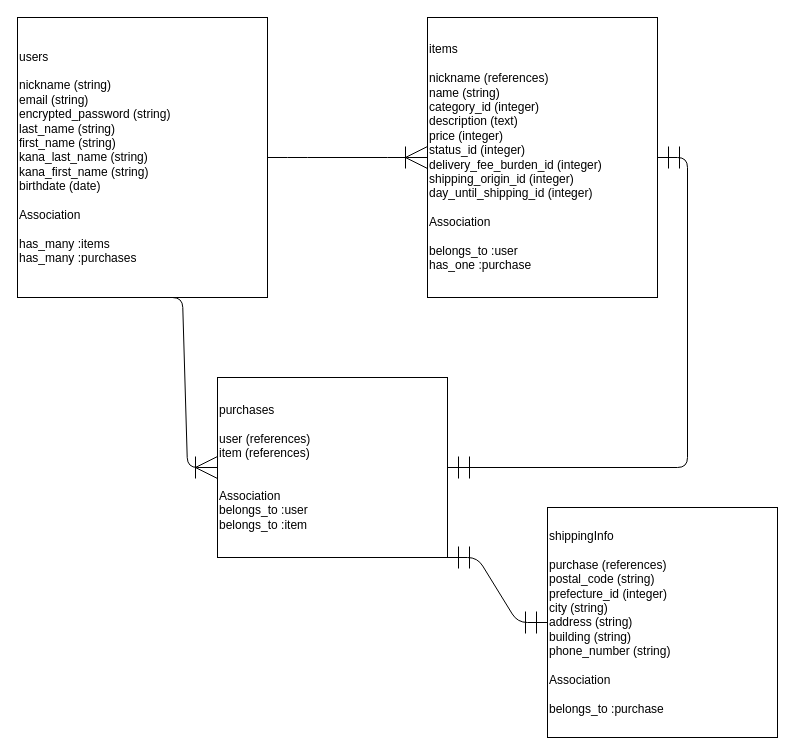
Before: FURIMA.dio in MIYATA-TAKASHI/furima-39692, a draw.io diagram. Source tidied: cells renumbered, new cells numbered last; positions are measured from the earlier drawing's top-left corner, leaving out a move shared by most shapes. Both pictures are drawn from the tidied source at 100%, with x=0, y=0 at pixel (17, 17).
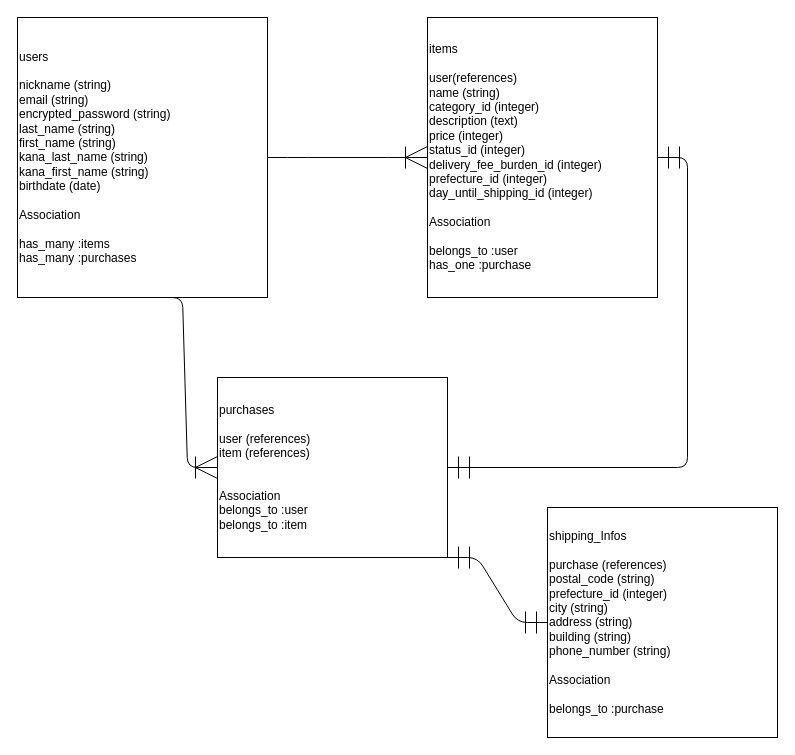
Above is the later version.

What changed in the source:
```diff
@@
 <mxGraphModel>
   <root>
     <mxCell id="0" />
     <mxCell id="1" parent="0" />
     <mxCell id="2" value="&lt;div&gt;users&lt;/div&gt;&lt;div&gt;&lt;br&gt;&lt;/div&gt;&lt;div&gt;nickname (string)&lt;/div&gt;&lt;div&gt;email (string)&lt;/div&gt;&lt;div&gt;encrypted_password (string)&lt;/div&gt;&lt;div&gt;last_name (string)&lt;/div&gt;&lt;div&gt;first_name (string)&lt;/div&gt;&lt;div&gt;kana_last_name (string)&lt;/div&gt;&lt;div&gt;kana_first_name (string)&lt;/div&gt;&lt;div&gt;birthdate (date)&lt;/div&gt;&lt;div&gt;&lt;div&gt;&lt;br&gt;&lt;/div&gt;&lt;div&gt;Association&lt;/div&gt;&lt;div&gt;&lt;span style=&quot;background-color: initial;&quot;&gt;&lt;br&gt;&lt;/span&gt;&lt;/div&gt;&lt;div&gt;&lt;span style=&quot;background-color: initial;&quot;&gt;has_many :items&lt;/span&gt;&lt;br&gt;&lt;/div&gt;&lt;div&gt;has_many :purchases&lt;/div&gt;&lt;/div&gt;" style="rounded=0;whiteSpace=wrap;html=1;align=left;" parent="1" vertex="1">
       <mxGeometry width="250" height="280" as="geometry" />
     </mxCell>
-    <mxCell id="3" value="&lt;div&gt;items&lt;/div&gt;&lt;div&gt;&lt;br&gt;&lt;/div&gt;&lt;div&gt;nickname (references)&lt;/div&gt;&lt;div&gt;name (string)&lt;/div&gt;&lt;div&gt;category_id (integer)&lt;/div&gt;&lt;div&gt;description (text)&lt;/div&gt;&lt;div&gt;price (integer)&lt;/div&gt;&lt;div&gt;status_id (integer)&lt;/div&gt;&lt;div&gt;delivery_fee_burden_id (integer)&lt;/div&gt;&lt;div&gt;shipping_origin_id (integer)&lt;/div&gt;&lt;div&gt;day_until_shipping_id (integer)&lt;/div&gt;&lt;div&gt;&lt;br&gt;&lt;/div&gt;&lt;div&gt;Association&lt;/div&gt;&lt;div&gt;&lt;span style=&quot;background-color: initial;&quot;&gt;&lt;br&gt;&lt;/span&gt;&lt;/div&gt;&lt;div&gt;&lt;span style=&quot;background-color: initial;&quot;&gt;belongs_to :user&lt;/span&gt;&lt;br&gt;&lt;/div&gt;&lt;div&gt;has_one :purchase&lt;/div&gt;" style="rounded=0;whiteSpace=wrap;html=1;align=left;" parent="1" vertex="1">
+    <mxCell id="3" value="&lt;div&gt;items&lt;/div&gt;&lt;div&gt;&lt;br&gt;&lt;/div&gt;&lt;div&gt;user(references)&lt;/div&gt;&lt;div&gt;name (string)&lt;/div&gt;&lt;div&gt;category_id (integer)&lt;/div&gt;&lt;div&gt;description (text)&lt;/div&gt;&lt;div&gt;price (integer)&lt;/div&gt;&lt;div&gt;status_id (integer)&lt;/div&gt;&lt;div&gt;delivery_fee_burden_id (integer)&lt;/div&gt;&lt;div&gt;prefecture_id (integer)&lt;/div&gt;&lt;div&gt;day_until_shipping_id (integer)&lt;/div&gt;&lt;div&gt;&lt;br&gt;&lt;/div&gt;&lt;div&gt;Association&lt;/div&gt;&lt;div&gt;&lt;span style=&quot;background-color: initial;&quot;&gt;&lt;br&gt;&lt;/span&gt;&lt;/div&gt;&lt;div&gt;&lt;span style=&quot;background-color: initial;&quot;&gt;belongs_to :user&lt;/span&gt;&lt;br&gt;&lt;/div&gt;&lt;div&gt;has_one :purchase&lt;/div&gt;" style="rounded=0;whiteSpace=wrap;html=1;align=left;" parent="1" vertex="1">
       <mxGeometry x="410" width="230" height="280" as="geometry" />
     </mxCell>
     <mxCell id="4" value="&lt;div&gt;purchases&lt;/div&gt;&lt;div&gt;&lt;br&gt;&lt;/div&gt;&lt;div&gt;user (references)&lt;/div&gt;&lt;div&gt;item (references)&lt;/div&gt;&lt;div&gt;&lt;br&gt;&lt;/div&gt;&lt;div&gt;&lt;span style=&quot;background-color: initial;&quot;&gt;&lt;br&gt;&lt;/span&gt;&lt;/div&gt;&lt;div&gt;&lt;span style=&quot;background-color: initial;&quot;&gt;Association&lt;/span&gt;&lt;br&gt;&lt;/div&gt;&lt;div&gt;&lt;span style=&quot;background-color: initial;&quot;&gt;belongs_to :user&lt;/span&gt;&lt;br&gt;&lt;/div&gt;&lt;div&gt;belongs_to :item&lt;/div&gt;" style="rounded=0;whiteSpace=wrap;html=1;align=left;" parent="1" vertex="1">
       <mxGeometry x="200" y="360" width="230" height="180" as="geometry" />
     </mxCell>
-    <mxCell id="5" value="&lt;div&gt;shippingInfo&lt;/div&gt;&lt;div&gt;&lt;br&gt;&lt;/div&gt;&lt;div&gt;purchase (references)&lt;/div&gt;&lt;div&gt;postal_code (string)&lt;/div&gt;&lt;div&gt;prefecture_id (integer)&lt;/div&gt;&lt;div&gt;city (string)&lt;/div&gt;&lt;div&gt;address (string)&lt;/div&gt;&lt;div&gt;building (string)&lt;/div&gt;&lt;div&gt;phone_number (string)&lt;/div&gt;&lt;div&gt;&lt;br&gt;&lt;/div&gt;&lt;div&gt;Association&lt;/div&gt;&lt;div&gt;&lt;span style=&quot;background-color: initial;&quot;&gt;&lt;br&gt;&lt;/span&gt;&lt;/div&gt;&lt;div&gt;&lt;span style=&quot;background-color: initial;&quot;&gt;belongs_to :purchase&lt;/span&gt;&lt;br&gt;&lt;/div&gt;" style="rounded=0;whiteSpace=wrap;html=1;align=left;" parent="1" vertex="1">
+    <mxCell id="5" value="&lt;div&gt;shipping_Infos&lt;/div&gt;&lt;div&gt;&lt;br&gt;&lt;/div&gt;&lt;div&gt;purchase (references)&lt;/div&gt;&lt;div&gt;postal_code (string)&lt;/div&gt;&lt;div&gt;prefecture_id (integer)&lt;/div&gt;&lt;div&gt;city (string)&lt;/div&gt;&lt;div&gt;address (string)&lt;/div&gt;&lt;div&gt;building (string)&lt;/div&gt;&lt;div&gt;phone_number (string)&lt;/div&gt;&lt;div&gt;&lt;br&gt;&lt;/div&gt;&lt;div&gt;Association&lt;/div&gt;&lt;div&gt;&lt;span style=&quot;background-color: initial;&quot;&gt;&lt;br&gt;&lt;/span&gt;&lt;/div&gt;&lt;div&gt;&lt;span style=&quot;background-color: initial;&quot;&gt;belongs_to :purchase&lt;/span&gt;&lt;br&gt;&lt;/div&gt;" style="rounded=0;whiteSpace=wrap;html=1;align=left;" parent="1" vertex="1">
       <mxGeometry x="530" y="490" width="230" height="230" as="geometry" />
     </mxCell>
     <mxCell id="6" style="edgeStyle=entityRelationEdgeStyle;fontSize=15;html=1;endArrow=ERoneToMany;exitX=1;exitY=0.5;exitDx=0;exitDy=0;entryX=0;entryY=0.5;entryDx=0;entryDy=0;strokeWidth=1;jumpSize=6;endSize=20;startSize=20;" parent="1" edge="1" source="2" target="3">
       <mxGeometry relative="1" as="geometry" />
     </mxCell>
     <mxCell id="7" style="edgeStyle=entityRelationEdgeStyle;fontSize=12;html=1;endArrow=ERoneToMany;strokeWidth=1;startSize=20;endSize=20;jumpSize=6;entryX=0;entryY=0.5;entryDx=0;entryDy=0;" parent="1" edge="1" target="4">
       <mxGeometry relative="1" as="geometry">
         <mxPoint x="135" y="280" as="sourcePoint" />
       </mxGeometry>
     </mxCell>
     <mxCell id="8" style="edgeStyle=entityRelationEdgeStyle;fontSize=12;html=1;endArrow=ERmandOne;startArrow=ERmandOne;strokeWidth=1;startSize=20;endSize=20;jumpSize=6;entryX=0;entryY=0.5;entryDx=0;entryDy=0;exitX=1;exitY=1;exitDx=0;exitDy=0;" parent="1" edge="1" source="4" target="5">
       <mxGeometry relative="1" as="geometry" />
     </mxCell>
     <mxCell id="9" style="edgeStyle=entityRelationEdgeStyle;fontSize=12;html=1;endArrow=ERmandOne;startArrow=ERmandOne;strokeWidth=1;startSize=20;endSize=20;jumpSize=6;exitX=1;exitY=0.5;exitDx=0;exitDy=0;" parent="1" edge="1" source="4" target="3">
       <mxGeometry relative="1" as="geometry" />
     </mxCell>
   </root>
 </mxGraphModel>
```
